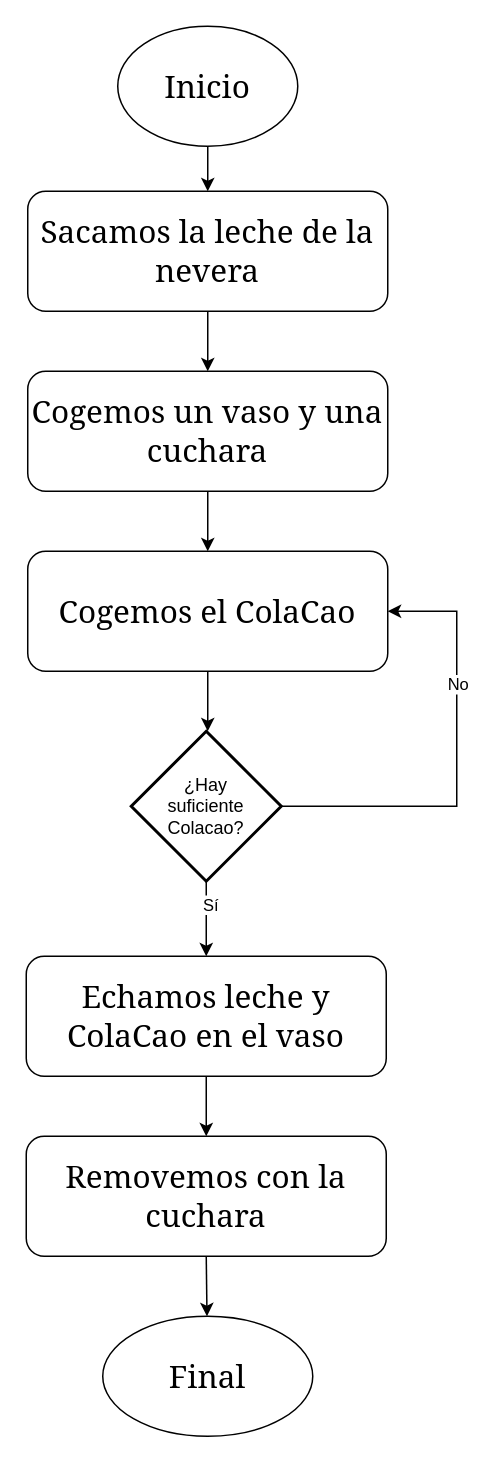
Meinar00/cyr keeps this draw.io diagram as Colacao2.drawio. Above is the earlier version. Source tidied: cells renumbered, new cells numbered last; positions are measured from the earlier drawing's top-left corner, leaving out a move shared by most shapes. Both pictures are drawn from the tidied source at 150%, with x=0, y=0 at pixel (26, 26).
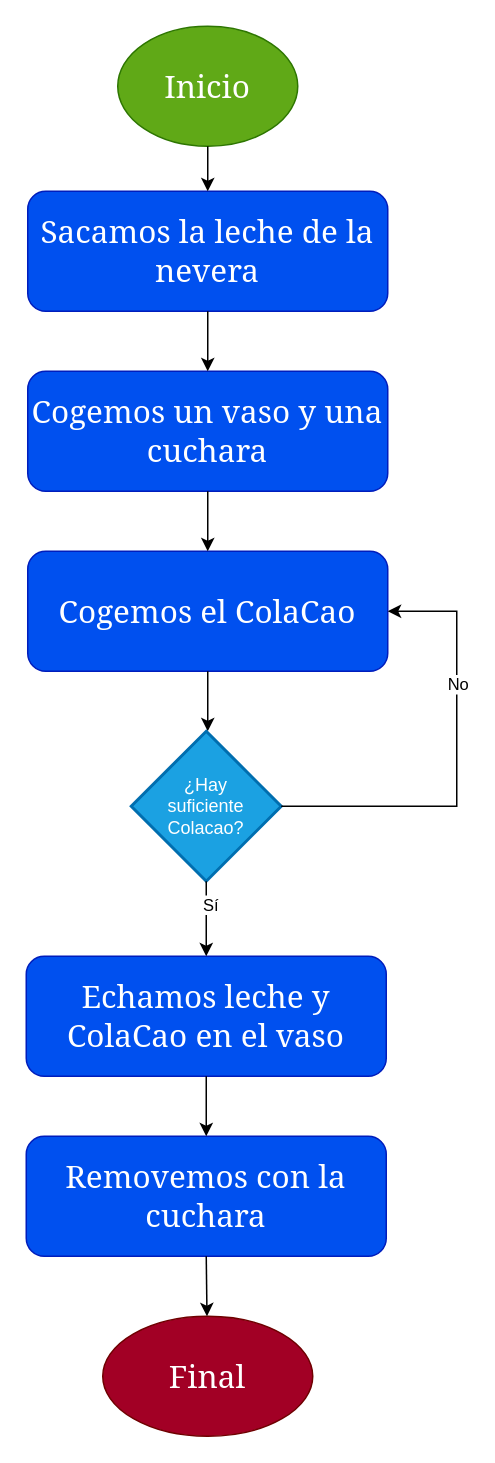
Above is the later version.

Commit message:
Añadido colores en el diagrama

Diff of the diagram source:
```diff
@@
-    <mxCell id="2" value="&lt;font style=&quot;font-size: 21px;&quot; face=&quot;Georgia&quot;&gt;Inicio&lt;/font&gt;" style="ellipse;whiteSpace=wrap;html=1;" parent="1" vertex="1">
+    <mxCell id="2" value="&lt;font style=&quot;font-size: 21px;&quot; face=&quot;Georgia&quot;&gt;Inicio&lt;/font&gt;" style="ellipse;whiteSpace=wrap;html=1;fillColor=#60a917;fontColor=#ffffff;strokeColor=#2D7600;" parent="1" vertex="1">
       <mxGeometry x="61" width="120" height="80" as="geometry" />
     </mxCell>
-    <mxCell id="3" value="Sacamos la leche de la nevera" style="rounded=1;whiteSpace=wrap;html=1;fontFamily=Georgia;fontSize=21;" parent="1" vertex="1">
+    <mxCell id="3" value="Sacamos la leche de la nevera" style="rounded=1;whiteSpace=wrap;html=1;fontFamily=Georgia;fontSize=21;fillColor=#0050ef;fontColor=#ffffff;strokeColor=#001DBC;" parent="1" vertex="1">
       <mxGeometry x="1" y="110" width="240" height="80" as="geometry" />
     </mxCell>
-    <mxCell id="4" value="Cogemos un vaso y una cuchara" style="rounded=1;whiteSpace=wrap;html=1;fontFamily=Georgia;fontSize=21;" parent="1" vertex="1">
+    <mxCell id="4" value="Cogemos un vaso y una cuchara" style="rounded=1;whiteSpace=wrap;html=1;fontFamily=Georgia;fontSize=21;fillColor=#0050ef;fontColor=#ffffff;strokeColor=#001DBC;" parent="1" vertex="1">
       <mxGeometry x="1" y="230" width="240" height="80" as="geometry" />
     </mxCell>
-    <mxCell id="5" value="Echamos leche y ColaCao en el vaso" style="rounded=1;whiteSpace=wrap;html=1;fontFamily=Georgia;fontSize=21;" parent="1" vertex="1">
+    <mxCell id="5" value="Echamos leche y ColaCao en el vaso" style="rounded=1;whiteSpace=wrap;html=1;fontFamily=Georgia;fontSize=21;fillColor=#0050ef;fontColor=#ffffff;strokeColor=#001DBC;" parent="1" vertex="1">
       <mxGeometry y="620" width="240" height="80" as="geometry" />
     </mxCell>
-    <mxCell id="6" value="Cogemos el ColaCao" style="rounded=1;whiteSpace=wrap;html=1;fontFamily=Georgia;fontSize=21;" parent="1" vertex="1">
+    <mxCell id="6" value="Cogemos el ColaCao" style="rounded=1;whiteSpace=wrap;html=1;fontFamily=Georgia;fontSize=21;fillColor=#0050ef;fontColor=#ffffff;strokeColor=#001DBC;" parent="1" vertex="1">
       <mxGeometry x="1" y="350" width="240" height="80" as="geometry" />
     </mxCell>
-    <mxCell id="7" value="Removemos con la cuchara" style="rounded=1;whiteSpace=wrap;html=1;fontFamily=Georgia;fontSize=21;" parent="1" vertex="1">
+    <mxCell id="7" value="Removemos con la cuchara" style="rounded=1;whiteSpace=wrap;html=1;fontFamily=Georgia;fontSize=21;fillColor=#0050ef;fontColor=#ffffff;strokeColor=#001DBC;" parent="1" vertex="1">
       <mxGeometry y="740" width="240" height="80" as="geometry" />
     </mxCell>
-    <mxCell id="8" value="&lt;div&gt;Final&lt;/div&gt;" style="ellipse;whiteSpace=wrap;html=1;fontFamily=Georgia;fontSize=21;" parent="1" vertex="1">
+    <mxCell id="8" value="&lt;div&gt;Final&lt;/div&gt;" style="ellipse;whiteSpace=wrap;html=1;fontFamily=Georgia;fontSize=21;fillColor=#a20025;fontColor=#ffffff;strokeColor=#6F0000;" parent="1" vertex="1">
       <mxGeometry x="51" y="860" width="140" height="80" as="geometry" />
     </mxCell>
@@
-    <mxCell id="15" value="&lt;div&gt;¿Hay &lt;br&gt;&lt;/div&gt;&lt;div&gt;suficiente Colacao?&lt;/div&gt;" style="strokeWidth=2;html=1;shape=mxgraph.flowchart.decision;whiteSpace=wrap;" parent="1" vertex="1">
+    <mxCell id="15" value="&lt;div&gt;¿Hay &lt;br&gt;&lt;/div&gt;&lt;div&gt;suficiente Colacao?&lt;/div&gt;" style="strokeWidth=2;html=1;shape=mxgraph.flowchart.decision;whiteSpace=wrap;fillColor=#1ba1e2;fontColor=#ffffff;strokeColor=#006EAF;" parent="1" vertex="1">
       <mxGeometry x="70" y="470" width="100" height="100" as="geometry" />
     </mxCell>
```
